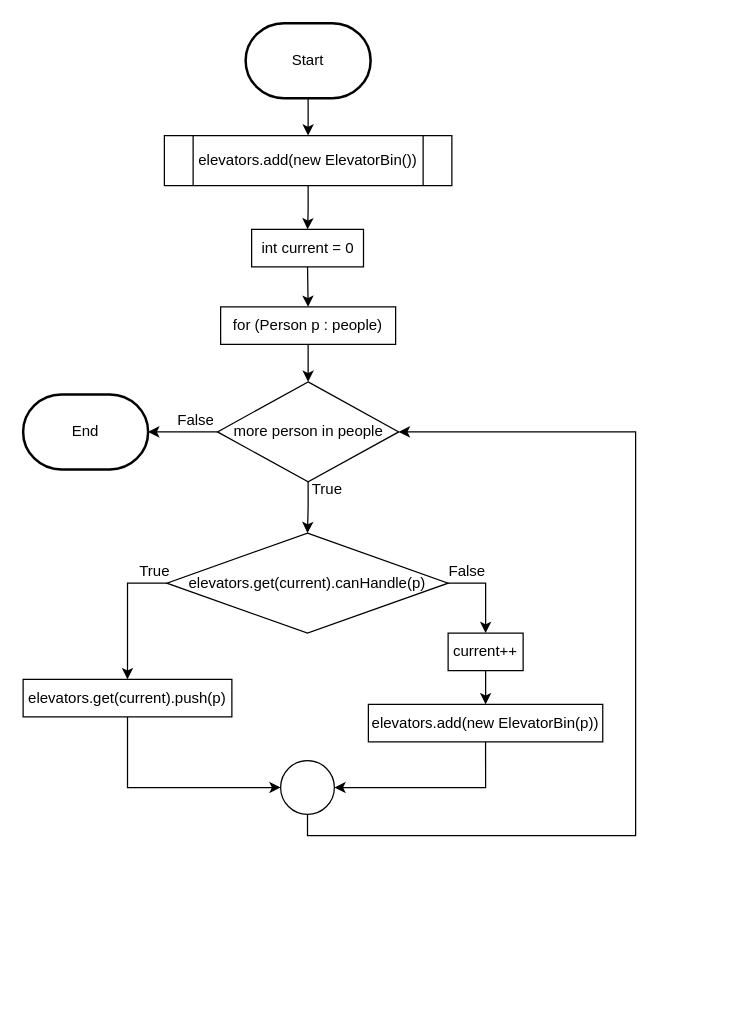
Before: page "nextFit()" (3 of 5) of flowcharts/flowcharts.drawio in Violetlily6060/Algorithm, a draw.io diagram. Source tidied: cells renumbered, new cells numbered last; positions are measured from the earlier drawing's top-left corner, leaving out a move shared by most shapes. Both pictures are drawn from the tidied source at 125%, with x=0, y=0 at pixel (22, 22).
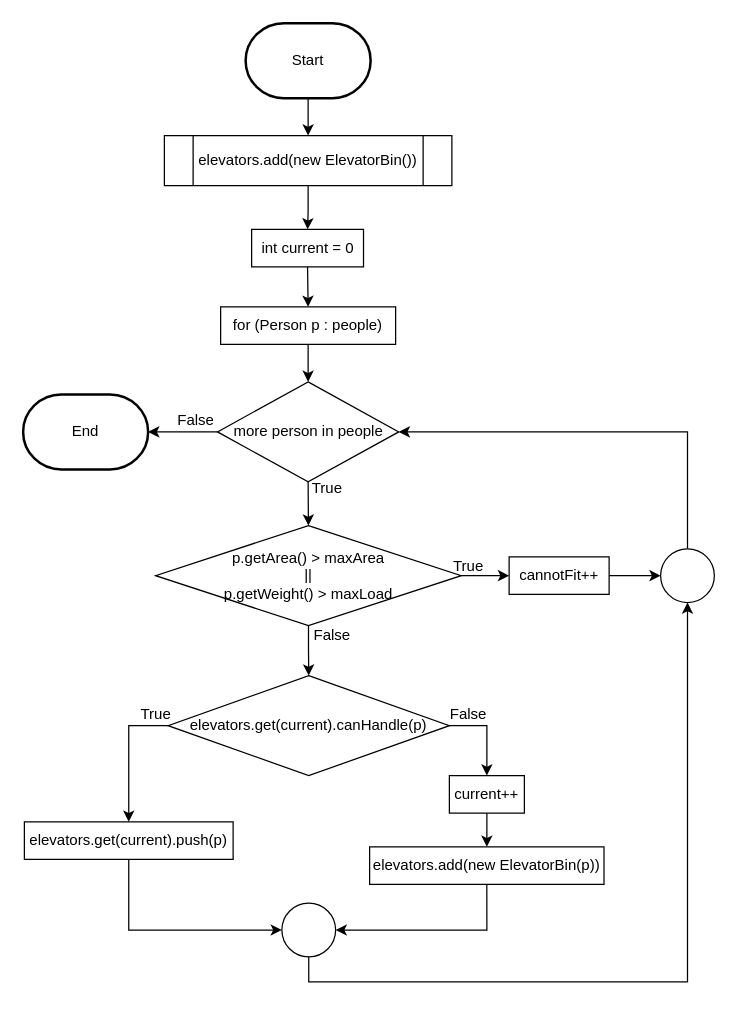
The same page after the edit.

The change refers to these unchanged cells:
```xml
<mxCell id="10" value="more person in people" style="rhombus;whiteSpace=wrap;html=1;" parent="1" vertex="1">
  <mxGeometry x="155.5" y="287" width="145" height="80" as="geometry" />
</mxCell>
```

Diff of the diagram source:
```diff
@@
-    <mxCell id="9" style="edgeStyle=orthogonalEdgeStyle;rounded=0;jettySize=auto;html=1;exitX=0.5;exitY=1;exitDx=0;exitDy=0;entryX=0.5;entryY=0;entryDx=0;entryDy=0;" parent="1" edge="1" source="10" target="13">
-      <mxGeometry relative="1" as="geometry" />
-    </mxCell>
+    <mxCell id="29" style="edgeStyle=orthogonalEdgeStyle;rounded=0;jettySize=auto;html=1;exitX=0.5;exitY=1;exitDx=0;exitDy=0;entryX=0.5;entryY=0;entryDx=0;entryDy=0;" parent="1" edge="1" source="10" target="33">
+      <mxGeometry relative="1" as="geometry" />
+    </mxCell>
@@
     <mxCell id="13" value="elevators.get(current).canHandle(p)" style="rhombus;whiteSpace=wrap;html=1;" parent="1" vertex="1">
-      <mxGeometry x="115" y="408" width="225" height="80" as="geometry" />
+      <mxGeometry x="116" y="522" width="225" height="80" as="geometry" />
     </mxCell>
@@
     <mxCell id="15" value="elevators.get(current).push(p)" style="rounded=0;whiteSpace=wrap;html=1;" parent="1" vertex="1">
-      <mxGeometry y="525" width="167" height="30" as="geometry" />
+      <mxGeometry x="1" y="639" width="167" height="30" as="geometry" />
     </mxCell>
     <mxCell id="16" value="True" style="text;html=1;align=center;verticalAlign=middle;strokeColor=none;fillColor=none;" parent="1" vertex="1">
-      <mxGeometry x="217.5" y="358" width="50" height="30" as="geometry" />
+      <mxGeometry x="218.3" y="357" width="50" height="30" as="geometry" />
     </mxCell>
     <mxCell id="17" value="True" style="text;html=1;align=center;verticalAlign=middle;strokeColor=none;fillColor=none;" parent="1" vertex="1">
-      <mxGeometry x="80" y="424" width="50" height="30" as="geometry" />
+      <mxGeometry x="81" y="538" width="50" height="30" as="geometry" />
     </mxCell>
     <mxCell id="18" value="False" style="text;html=1;align=center;verticalAlign=middle;strokeColor=none;fillColor=none;" parent="1" vertex="1">
-      <mxGeometry x="330" y="424" width="50" height="30" as="geometry" />
+      <mxGeometry x="331" y="538" width="50" height="30" as="geometry" />
     </mxCell>
@@
     <mxCell id="24" value="current++" style="rounded=0;whiteSpace=wrap;html=1;" parent="1" vertex="1">
-      <mxGeometry x="340" y="488" width="60" height="30" as="geometry" />
+      <mxGeometry x="341" y="602" width="60" height="30" as="geometry" />
     </mxCell>
@@
     <mxCell id="26" value="elevators.add(new ElevatorBin(p))" style="rounded=0;whiteSpace=wrap;html=1;" parent="1" vertex="1">
-      <mxGeometry x="276.2" y="545" width="187.5" height="30" as="geometry" />
+      <mxGeometry x="277.2" y="659" width="187.5" height="30" as="geometry" />
     </mxCell>
-    <mxCell id="27" style="edgeStyle=orthogonalEdgeStyle;rounded=0;jettySize=auto;html=1;exitX=0.5;exitY=1;exitDx=0;exitDy=0;entryX=1;entryY=0.5;entryDx=0;entryDy=0;" parent="1" edge="1" source="28" target="10">
-      <mxGeometry relative="1" as="geometry">
-        <Array as="points">
-          <mxPoint x="228" y="650" />
-          <mxPoint x="490" y="650" />
-          <mxPoint x="490" y="327" />
-        </Array>
-      </mxGeometry>
-    </mxCell>
+    <mxCell id="30" style="edgeStyle=orthogonalEdgeStyle;rounded=0;jettySize=auto;html=1;exitX=0.5;exitY=1;exitDx=0;exitDy=0;entryX=0.5;entryY=1;entryDx=0;entryDy=0;" parent="1" edge="1" source="28" target="39">
+      <mxGeometry relative="1" as="geometry" />
+    </mxCell>
     <mxCell id="28" style="ellipse;whiteSpace=wrap;html=1;" parent="1" vertex="1">
-      <mxGeometry x="206" y="590" width="43" height="43" as="geometry" />
+      <mxGeometry x="207" y="704" width="43" height="43" as="geometry" />
     </mxCell>
+    <mxCell id="31" style="edgeStyle=orthogonalEdgeStyle;rounded=0;jettySize=auto;html=1;" parent="1" edge="1" source="33" target="13">
+      <mxGeometry relative="1" as="geometry" />
+    </mxCell>
+    <mxCell id="32" style="edgeStyle=orthogonalEdgeStyle;rounded=0;jettySize=auto;html=1;" parent="1" edge="1" source="33" target="36">
+      <mxGeometry relative="1" as="geometry" />
+    </mxCell>
+    <mxCell id="33" value="p.getArea() &amp;gt; maxArea&lt;br&gt;||&lt;div&gt;p.getWeight() &amp;gt; maxLoad&lt;/div&gt;" style="rhombus;whiteSpace=wrap;html=1;" parent="1" vertex="1">
+      <mxGeometry x="106" y="402" width="244.5" height="80" as="geometry" />
+    </mxCell>
+    <mxCell id="34" value="False" style="text;html=1;align=center;verticalAlign=middle;strokeColor=none;fillColor=none;" parent="1" vertex="1">
+      <mxGeometry x="222.2" y="475" width="50" height="30" as="geometry" />
+    </mxCell>
+    <mxCell id="35" style="edgeStyle=orthogonalEdgeStyle;rounded=0;jettySize=auto;html=1;" parent="1" edge="1" source="36" target="39">
+      <mxGeometry relative="1" as="geometry" />
+    </mxCell>
+    <mxCell id="36" value="cannotFit++" style="rounded=0;whiteSpace=wrap;html=1;" parent="1" vertex="1">
+      <mxGeometry x="388.8" y="427" width="80" height="30" as="geometry" />
+    </mxCell>
+    <mxCell id="37" value="True" style="text;html=1;align=center;verticalAlign=middle;strokeColor=none;fillColor=none;" parent="1" vertex="1">
+      <mxGeometry x="331" y="420" width="50" height="30" as="geometry" />
+    </mxCell>
+    <mxCell id="38" style="edgeStyle=orthogonalEdgeStyle;rounded=0;jettySize=auto;html=1;exitX=0.5;exitY=0;exitDx=0;exitDy=0;entryX=1;entryY=0.5;entryDx=0;entryDy=0;" parent="1" edge="1" source="39" target="10">
+      <mxGeometry relative="1" as="geometry" />
+    </mxCell>
+    <mxCell id="39" style="ellipse;whiteSpace=wrap;html=1;" parent="1" vertex="1">
+      <mxGeometry x="510" y="420.5" width="43" height="43" as="geometry" />
+    </mxCell>
```
